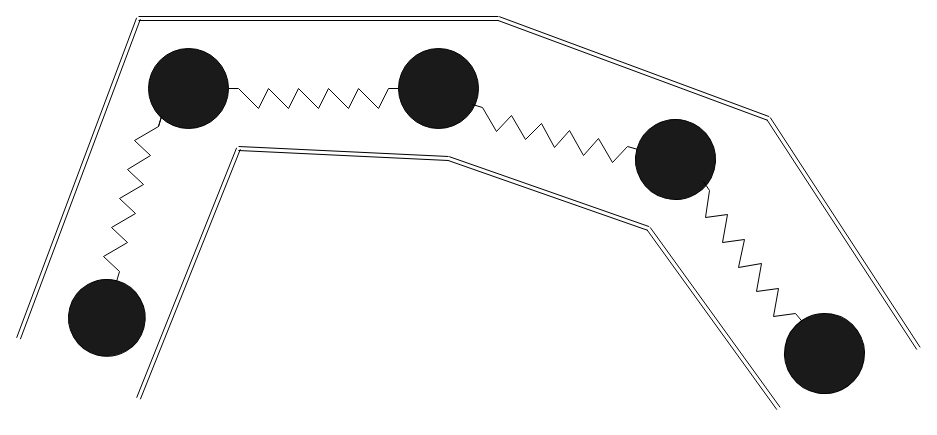
The draw.io diagram 聚合物.drawio in mauhin/auto, before the edit. Source tidied: cells renumbered, new cells numbered last; positions are measured from the earlier drawing's top-left corner, leaving out a move shared by most shapes. Both pictures are drawn from the tidied source at 100%, with x=0, y=0 at pixel (18, 18).
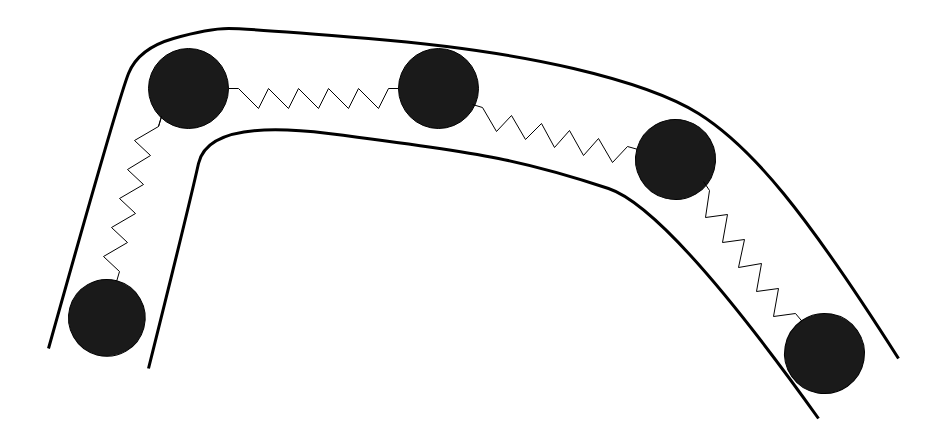
The same diagram, later.

Commit message:
更新聚合物.drawio

Change to the diagram source:
```diff
@@
-    <mxCell id="14" style="shape=link;html=1;rounded=0;" parent="1" edge="1">
-      <mxGeometry relative="1" as="geometry">
-        <mxPoint x="120" y="380" as="sourcePoint" />
-        <mxPoint x="220" y="130" as="targetPoint" />
-      </mxGeometry>
-    </mxCell>
-    <mxCell id="15" style="shape=link;html=1;rounded=0;" parent="1" edge="1">
-      <mxGeometry relative="1" as="geometry">
-        <mxPoint y="320" as="sourcePoint" />
-        <mxPoint x="120" as="targetPoint" />
-      </mxGeometry>
-    </mxCell>
-    <mxCell id="16" style="shape=link;html=1;rounded=0;" parent="1" edge="1">
-      <mxGeometry relative="1" as="geometry">
-        <mxPoint x="120" as="sourcePoint" />
-        <mxPoint x="480" as="targetPoint" />
-      </mxGeometry>
-    </mxCell>
-    <mxCell id="17" style="shape=link;html=1;rounded=0;" parent="1" edge="1">
-      <mxGeometry relative="1" as="geometry">
-        <mxPoint x="750" y="100" as="sourcePoint" />
-        <mxPoint x="480" as="targetPoint" />
-      </mxGeometry>
-    </mxCell>
-    <mxCell id="18" style="shape=link;html=1;rounded=0;" parent="1" edge="1">
-      <mxGeometry relative="1" as="geometry">
-        <mxPoint x="900" y="330" as="sourcePoint" />
-        <mxPoint x="750" y="100" as="targetPoint" />
-      </mxGeometry>
-    </mxCell>
-    <mxCell id="19" style="shape=link;html=1;rounded=0;" parent="1" edge="1">
-      <mxGeometry relative="1" as="geometry">
-        <mxPoint x="430" y="140" as="sourcePoint" />
-        <mxPoint x="220" y="130" as="targetPoint" />
-      </mxGeometry>
-    </mxCell>
-    <mxCell id="20" style="shape=link;html=1;rounded=0;" parent="1" edge="1">
-      <mxGeometry relative="1" as="geometry">
-        <mxPoint x="630" y="210" as="sourcePoint" />
-        <mxPoint x="430" y="140" as="targetPoint" />
-      </mxGeometry>
-    </mxCell>
-    <mxCell id="21" style="shape=link;html=1;rounded=0;" parent="1" edge="1">
-      <mxGeometry relative="1" as="geometry">
-        <mxPoint x="760" y="390" as="sourcePoint" />
-        <mxPoint x="630" y="210" as="targetPoint" />
-      </mxGeometry>
-    </mxCell>
+    <mxCell id="22" style="curved=1;endArrow=none;html=1;rounded=0;strokeWidth=3;startArrow=none;startFill=0;endFill=0;" parent="1" edge="1">
+      <mxGeometry relative="1" as="geometry">
+        <mxPoint x="30" y="330" as="sourcePoint" />
+        <mxPoint x="880" y="340" as="targetPoint" />
+        <Array as="points">
+          <mxPoint x="100" y="80" />
+          <mxPoint x="120" y="30" />
+          <mxPoint x="190" y="10" />
+          <mxPoint x="230" y="10" />
+          <mxPoint x="470" y="30" />
+          <mxPoint x="640" y="70" />
+          <mxPoint x="720" y="120" />
+          <mxPoint x="810" y="230" />
+        </Array>
+      </mxGeometry>
+    </mxCell>
+    <mxCell id="23" style="curved=1;endArrow=none;html=1;rounded=0;strokeWidth=3;endFill=0;" parent="1" edge="1">
+      <mxGeometry relative="1" as="geometry">
+        <mxPoint x="130" y="350" as="sourcePoint" />
+        <mxPoint x="800" y="400" as="targetPoint" />
+        <Array as="points">
+          <mxPoint x="170" y="190" />
+          <mxPoint x="190" y="100" />
+          <mxPoint x="430" y="130" />
+          <mxPoint x="530" y="150" />
+          <mxPoint x="650" y="190" />
+        </Array>
+      </mxGeometry>
+    </mxCell>
```
